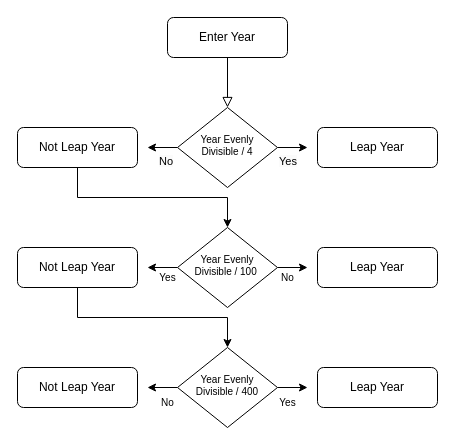
Earlier version of the draw.io diagram Untitled Diagram.drawio (wooyakob/leap_year). Source tidied: cells renumbered, new cells numbered last; positions are measured from the earlier drawing's top-left corner, leaving out a move shared by most shapes. Both pictures are drawn from the tidied source at 100%, with x=0, y=0 at pixel (17, 17).
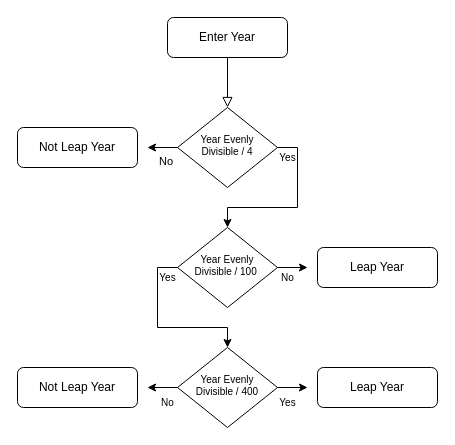
The same diagram, later.

Commit message (it also covers changes not shown here):
Leap Year Flowchart

The change refers to these unchanged cells:
```xml
<mxCell id="6" value="Year Evenly Divisible / 4" style="rhombus;whiteSpace=wrap;html=1;shadow=0;fontFamily=Helvetica;fontSize=10;align=center;strokeWidth=1;spacing=6;spacingTop=-4;" parent="1" vertex="1">
  <mxGeometry x="160" y="90" width="100" height="80" as="geometry" />
</mxCell>
<mxCell id="8" value="Not Leap Year" style="rounded=1;whiteSpace=wrap;html=1;fontSize=12;glass=0;strokeWidth=1;shadow=0;" parent="1" vertex="1">
  <mxGeometry y="110" width="120" height="40" as="geometry" />
</mxCell>
<mxCell id="13" value="Year Evenly Divisible / 100&amp;nbsp;" style="rhombus;whiteSpace=wrap;html=1;shadow=0;fontFamily=Helvetica;fontSize=10;align=center;strokeWidth=1;spacing=6;spacingTop=-4;" parent="1" vertex="1">
  <mxGeometry x="160" y="210" width="100" height="80" as="geometry" />
</mxCell>
<mxCell id="22" value="Year Evenly Divisible / 400" style="rhombus;whiteSpace=wrap;html=1;shadow=0;fontFamily=Helvetica;fontSize=10;align=center;strokeWidth=1;spacing=6;spacingTop=-4;" parent="1" vertex="1">
  <mxGeometry x="160" y="330" width="100" height="80" as="geometry" />
</mxCell>
```

Change to the diagram source:
```diff
@@
-    <mxCell id="4" style="edgeStyle=orthogonalEdgeStyle;rounded=0;jettySize=auto;html=1;exitX=1;exitY=0.5;exitDx=0;exitDy=0;" parent="1" edge="1" source="6">
-      <mxGeometry relative="1" as="geometry">
-        <mxPoint x="290" y="130" as="targetPoint" />
-      </mxGeometry>
-    </mxCell>
@@
+    <mxCell id="27" style="edgeStyle=orthogonalEdgeStyle;rounded=0;jettySize=auto;html=1;exitX=1;exitY=0.5;exitDx=0;exitDy=0;entryX=0.5;entryY=0;entryDx=0;entryDy=0;fontSize=10;" parent="1" edge="1" source="6" target="13">
+      <mxGeometry relative="1" as="geometry" />
+    </mxCell>
@@
-    <mxCell id="7" style="edgeStyle=orthogonalEdgeStyle;rounded=0;jettySize=auto;html=1;exitX=0.5;exitY=1;exitDx=0;exitDy=0;fontSize=10;entryX=0.5;entryY=0;entryDx=0;entryDy=0;" parent="1" edge="1" source="8" target="13">
-      <mxGeometry relative="1" as="geometry" />
-    </mxCell>
@@
-    <mxCell id="9" value="Leap Year" style="rounded=1;whiteSpace=wrap;html=1;fontSize=12;glass=0;strokeWidth=1;shadow=0;" parent="1" vertex="1">
-      <mxGeometry x="300" y="110" width="120" height="40" as="geometry" />
-    </mxCell>
-    <mxCell id="10" value="&lt;span style=&quot;color: rgb(0, 0, 0); font-family: Helvetica; font-size: 11px; font-style: normal; font-variant-ligatures: normal; font-variant-caps: normal; font-weight: 400; letter-spacing: normal; orphans: 2; text-align: center; text-indent: 0px; text-transform: none; widows: 2; word-spacing: 0px; -webkit-text-stroke-width: 0px; background-color: rgb(251, 251, 251); text-decoration-thickness: initial; text-decoration-style: initial; text-decoration-color: initial; float: none; display: inline !important;&quot;&gt;Yes&lt;/span&gt;" style="text;whiteSpace=wrap;html=1;" parent="1" vertex="1">
-      <mxGeometry x="260" y="130" width="50" height="40" as="geometry" />
-    </mxCell>
-    <mxCell id="11" style="edgeStyle=orthogonalEdgeStyle;rounded=0;jettySize=auto;html=1;exitX=1;exitY=0.5;exitDx=0;exitDy=0;fontSize=10;" parent="1" edge="1" source="13">
-      <mxGeometry relative="1" as="geometry">
-        <mxPoint x="290" y="250" as="targetPoint" />
-      </mxGeometry>
-    </mxCell>
-    <mxCell id="12" style="edgeStyle=orthogonalEdgeStyle;rounded=0;jettySize=auto;html=1;exitX=0;exitY=0.5;exitDx=0;exitDy=0;fontSize=10;" parent="1" edge="1" source="13">
-      <mxGeometry relative="1" as="geometry">
-        <mxPoint x="130" y="250" as="targetPoint" />
-      </mxGeometry>
-    </mxCell>
+    <mxCell id="28" style="edgeStyle=orthogonalEdgeStyle;rounded=0;jettySize=auto;html=1;exitX=1;exitY=0.5;exitDx=0;exitDy=0;fontSize=10;" parent="1" edge="1" source="13">
+      <mxGeometry relative="1" as="geometry">
+        <mxPoint x="290" y="250" as="targetPoint" />
+      </mxGeometry>
+    </mxCell>
+    <mxCell id="29" style="edgeStyle=orthogonalEdgeStyle;rounded=0;jettySize=auto;html=1;exitX=0;exitY=0.5;exitDx=0;exitDy=0;entryX=0.5;entryY=0;entryDx=0;entryDy=0;fontSize=10;" parent="1" edge="1" source="13" target="22">
+      <mxGeometry relative="1" as="geometry" />
+    </mxCell>
@@
-    <mxCell id="14" style="edgeStyle=orthogonalEdgeStyle;rounded=0;jettySize=auto;html=1;exitX=0.5;exitY=1;exitDx=0;exitDy=0;fontSize=10;" parent="1" edge="1" source="15" target="22">
-      <mxGeometry relative="1" as="geometry" />
-    </mxCell>
-    <mxCell id="15" value="Not Leap Year" style="rounded=1;whiteSpace=wrap;html=1;fontSize=12;glass=0;strokeWidth=1;shadow=0;" parent="1" vertex="1">
-      <mxGeometry y="230" width="120" height="40" as="geometry" />
-    </mxCell>
-    <mxCell id="16" value="Leap Year" style="rounded=1;whiteSpace=wrap;html=1;fontSize=12;glass=0;strokeWidth=1;shadow=0;" parent="1" vertex="1">
-      <mxGeometry x="300" y="230" width="120" height="40" as="geometry" />
-    </mxCell>
@@
-    <mxCell id="18" value="Yes" style="text;html=1;align=center;verticalAlign=middle;strokeColor=none;fillColor=none;fontSize=10;" parent="1" vertex="1">
-      <mxGeometry x="130" y="245" width="40" height="30" as="geometry" />
-    </mxCell>
-    <mxCell id="19" value="No" style="text;html=1;align=center;verticalAlign=middle;strokeColor=none;fillColor=none;fontSize=10;" parent="1" vertex="1">
-      <mxGeometry x="250" y="245" width="40" height="30" as="geometry" />
-    </mxCell>
@@
+    <mxCell id="10" value="Yes" style="text;html=1;align=center;verticalAlign=middle;strokeColor=none;fillColor=none;fontSize=10;" parent="1" vertex="1">
+      <mxGeometry x="250" y="125" width="40" height="30" as="geometry" />
+    </mxCell>
+    <mxCell id="19" value="No" style="text;html=1;align=center;verticalAlign=middle;strokeColor=none;fillColor=none;fontSize=10;" parent="1" vertex="1">
+      <mxGeometry x="250" y="245" width="40" height="30" as="geometry" />
+    </mxCell>
+    <mxCell id="16" value="Leap Year" style="rounded=1;whiteSpace=wrap;html=1;fontSize=12;glass=0;strokeWidth=1;shadow=0;" parent="1" vertex="1">
+      <mxGeometry x="300" y="230" width="120" height="40" as="geometry" />
+    </mxCell>
+    <mxCell id="18" value="Yes" style="text;html=1;align=center;verticalAlign=middle;strokeColor=none;fillColor=none;fontSize=10;" parent="1" vertex="1">
+      <mxGeometry x="130" y="245" width="40" height="30" as="geometry" />
+    </mxCell>
```
